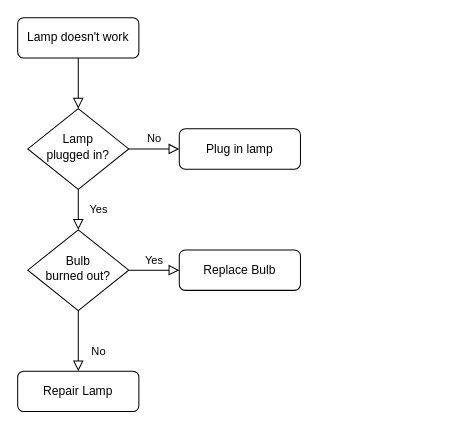
Before: 未命名绘图.drawio in BlueSpace-ice/BlueSpace-ice, a draw.io diagram. Source tidied: cells renumbered, new cells numbered last; positions are measured from the earlier drawing's top-left corner, leaving out a move shared by most shapes. Both pictures are drawn from the tidied source at 101%, with x=0, y=0 at pixel (17, 17).
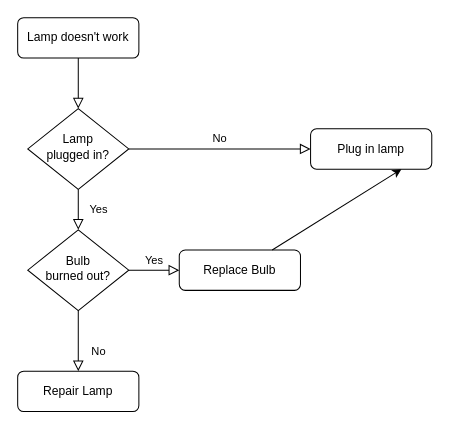
The same page after the edit.

Commit message:
更新未命名绘图.drawio

What changed in the source:
```diff
@@
 <mxGraphModel>
   <root>
     <mxCell id="0" />
     <mxCell id="1" parent="0" />
     <mxCell id="2" style="rounded=0;html=1;jettySize=auto;fontSize=11;endArrow=block;endFill=0;endSize=8;strokeWidth=1;shadow=0;labelBackgroundColor=none;edgeStyle=orthogonalEdgeStyle;" parent="1" edge="1" source="3" target="6">
       <mxGeometry relative="1" as="geometry" />
     </mxCell>
     <mxCell id="3" value="Lamp doesn't work" style="rounded=1;whiteSpace=wrap;html=1;fontSize=12;glass=0;strokeWidth=1;shadow=0;" parent="1" vertex="1">
       <mxGeometry width="120" height="40" as="geometry" />
     </mxCell>
     <mxCell id="4" value="Yes" style="rounded=0;html=1;jettySize=auto;fontSize=11;endArrow=block;endFill=0;endSize=8;strokeWidth=1;shadow=0;labelBackgroundColor=none;edgeStyle=orthogonalEdgeStyle;" parent="1" edge="1" source="6" target="10">
       <mxGeometry y="20" relative="1" as="geometry" />
     </mxCell>
     <mxCell id="5" value="No" style="edgeStyle=orthogonalEdgeStyle;rounded=0;html=1;jettySize=auto;fontSize=11;endArrow=block;endFill=0;endSize=8;strokeWidth=1;shadow=0;labelBackgroundColor=none;" parent="1" edge="1" source="6" target="7">
       <mxGeometry y="10" relative="1" as="geometry" />
     </mxCell>
     <mxCell id="6" value="Lamp&lt;br&gt;plugged in?" style="rhombus;whiteSpace=wrap;html=1;shadow=0;fontFamily=Helvetica;fontSize=12;align=center;strokeWidth=1;spacing=6;spacingTop=-4;" parent="1" vertex="1">
       <mxGeometry x="10" y="90" width="100" height="80" as="geometry" />
     </mxCell>
     <mxCell id="7" value="Plug in lamp" style="rounded=1;whiteSpace=wrap;html=1;fontSize=12;glass=0;strokeWidth=1;shadow=0;" parent="1" vertex="1">
-      <mxGeometry x="160" y="110" width="120" height="40" as="geometry" />
+      <mxGeometry x="290" y="110" width="120" height="40" as="geometry" />
     </mxCell>
     <mxCell id="8" value="No" style="rounded=0;html=1;jettySize=auto;fontSize=11;endArrow=block;endFill=0;endSize=8;strokeWidth=1;shadow=0;labelBackgroundColor=none;edgeStyle=orthogonalEdgeStyle;" parent="1" edge="1" source="10" target="11">
       <mxGeometry x="0.33" y="20" relative="1" as="geometry" />
     </mxCell>
     <mxCell id="9" value="Yes" style="edgeStyle=orthogonalEdgeStyle;rounded=0;html=1;jettySize=auto;fontSize=11;endArrow=block;endFill=0;endSize=8;strokeWidth=1;shadow=0;labelBackgroundColor=none;" parent="1" edge="1" source="10" target="12">
       <mxGeometry y="10" relative="1" as="geometry" />
     </mxCell>
     <mxCell id="10" value="Bulb&lt;br&gt;burned out?" style="rhombus;whiteSpace=wrap;html=1;shadow=0;fontFamily=Helvetica;fontSize=12;align=center;strokeWidth=1;spacing=6;spacingTop=-4;" parent="1" vertex="1">
       <mxGeometry x="10" y="210" width="100" height="80" as="geometry" />
     </mxCell>
     <mxCell id="11" value="Repair Lamp" style="rounded=1;whiteSpace=wrap;html=1;fontSize=12;glass=0;strokeWidth=1;shadow=0;" parent="1" vertex="1">
       <mxGeometry y="350" width="120" height="40" as="geometry" />
     </mxCell>
     <mxCell id="12" value="Replace Bulb" style="rounded=1;whiteSpace=wrap;html=1;fontSize=12;glass=0;strokeWidth=1;shadow=0;" parent="1" vertex="1">
       <mxGeometry x="160" y="230" width="120" height="40" as="geometry" />
     </mxCell>
+    <mxCell id="13" style="endArrow=classic;html=1;rounded=0;entryX=0.75;entryY=1;entryDx=0;entryDy=0;" parent="1" edge="1" source="12" target="7">
+      <mxGeometry relative="1" as="geometry" />
+    </mxCell>
   </root>
 </mxGraphModel>
```
